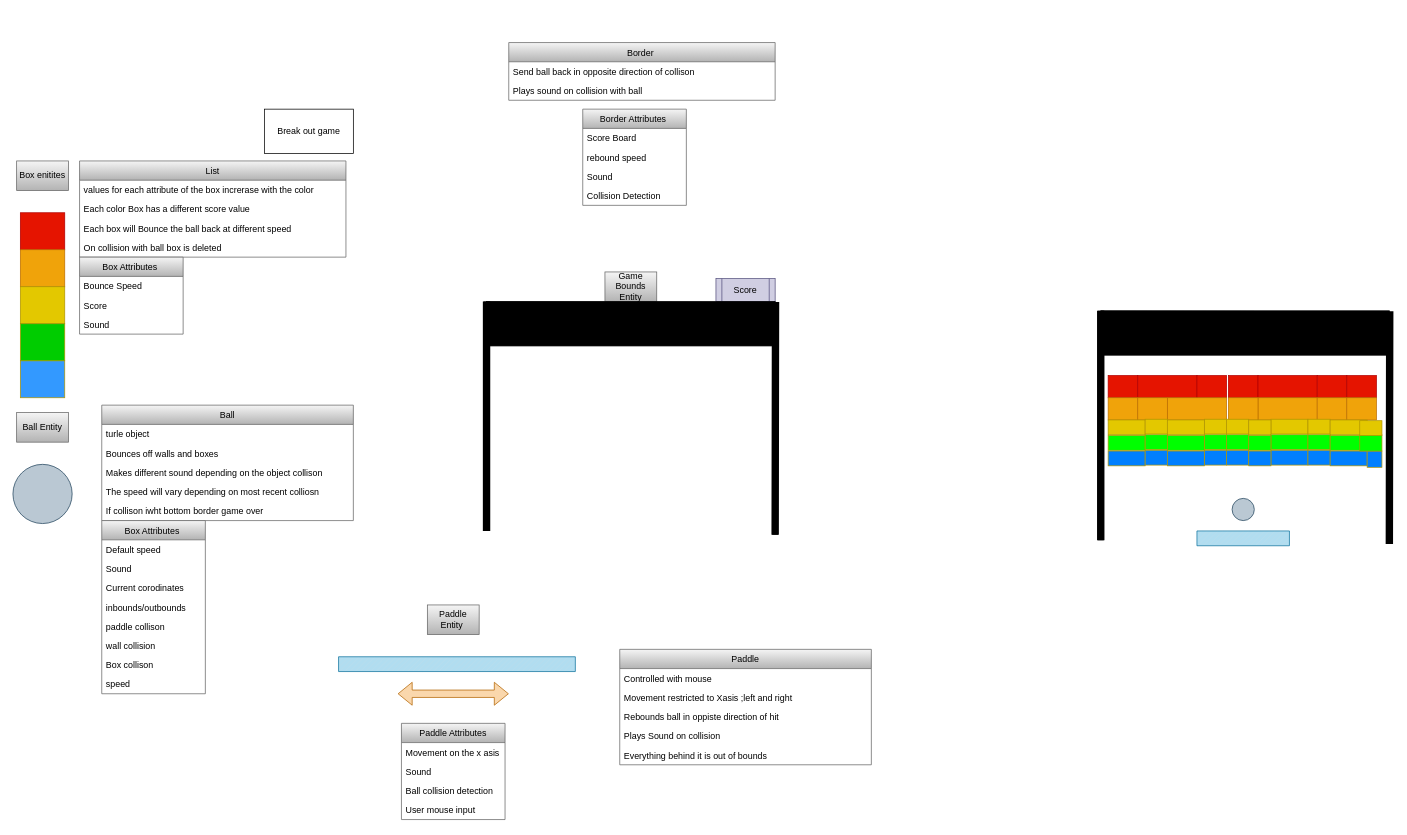
Earlier version of the draw.io diagram Breakout_game_dd.drawio (AJenkinsSolutions/BreakOut_Game). Source tidied: cells renumbered, new cells numbered last; positions are measured from the earlier drawing's top-left corner, leaving out a move shared by most shapes. Both pictures are drawn from the tidied source at 74%, with x=0, y=0 at pixel (13, 42).
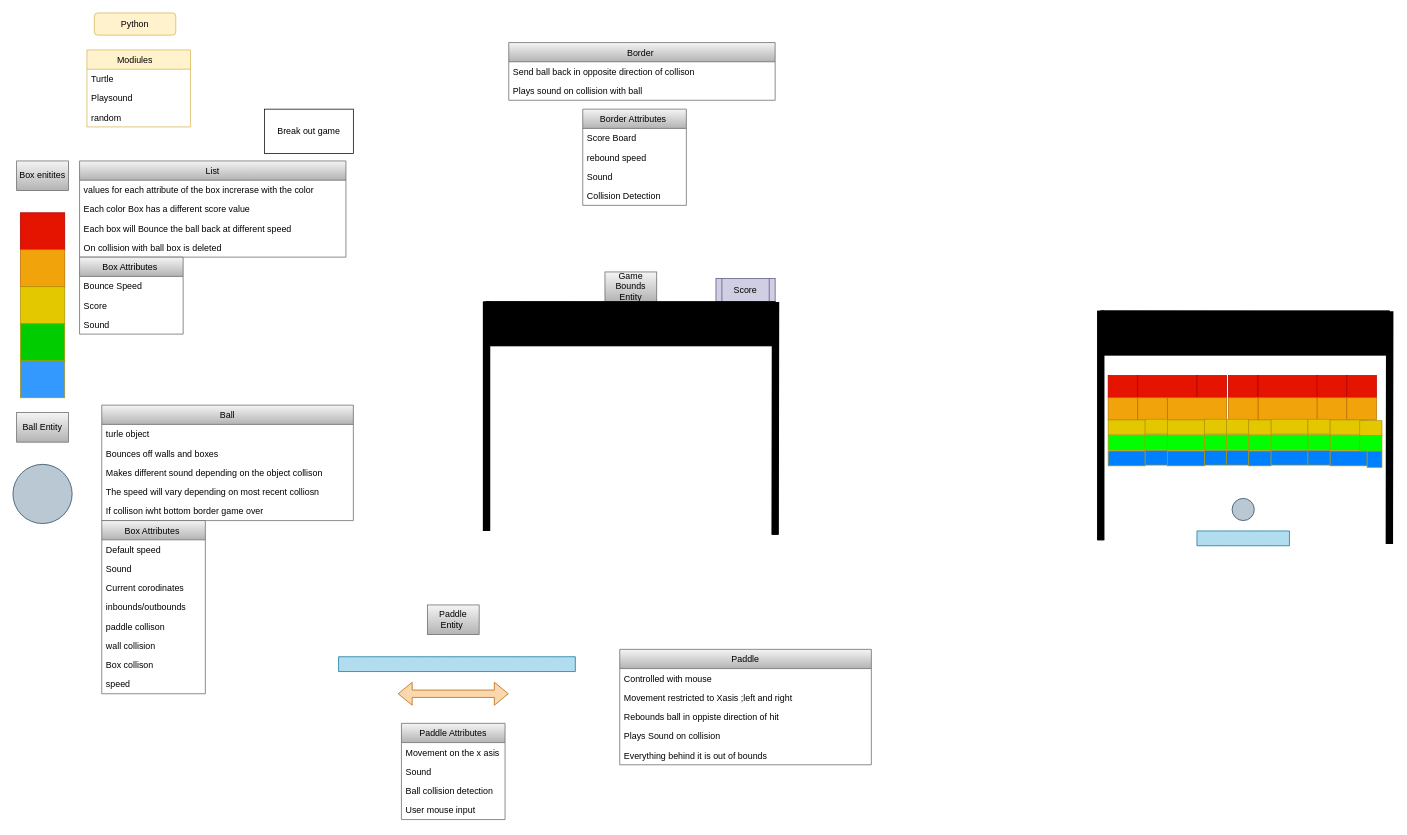
Above is the later version.

What changed in the source:
```diff
@@
+    <mxCell id="111" value="Python" style="rounded=1;whiteSpace=wrap;html=1;fillColor=#fff2cc;strokeColor=#d6b656;" parent="1" vertex="1">
+      <mxGeometry x="110" y="-40" width="110" height="30" as="geometry" />
+    </mxCell>
+    <mxCell id="112" value="Modiules   " style="swimlane;fontStyle=0;horizontal=1;startSize=26;fillColor=#fff2cc;strokeColor=#d6b656;" parent="1" vertex="1">
+      <mxGeometry x="100" y="10" width="140" height="104" as="geometry" />
+    </mxCell>
+    <mxCell id="113" value="Turtle " style="text;strokeColor=none;fillColor=none;align=left;verticalAlign=top;spacingLeft=4;spacingRight=4;overflow=hidden;" parent="112" vertex="1">
+      <mxGeometry y="26" width="140" height="26" as="geometry" />
+    </mxCell>
+    <mxCell id="114" value="Playsound" style="text;strokeColor=none;fillColor=none;align=left;verticalAlign=top;spacingLeft=4;spacingRight=4;overflow=hidden;" parent="112" vertex="1">
+      <mxGeometry y="52" width="140" height="26" as="geometry" />
+    </mxCell>
+    <mxCell id="115" value="random" style="text;strokeColor=none;fillColor=none;align=left;verticalAlign=top;spacingLeft=4;spacingRight=4;overflow=hidden;" parent="112" vertex="1">
+      <mxGeometry y="78" width="140" height="26" as="geometry" />
+    </mxCell>
```
